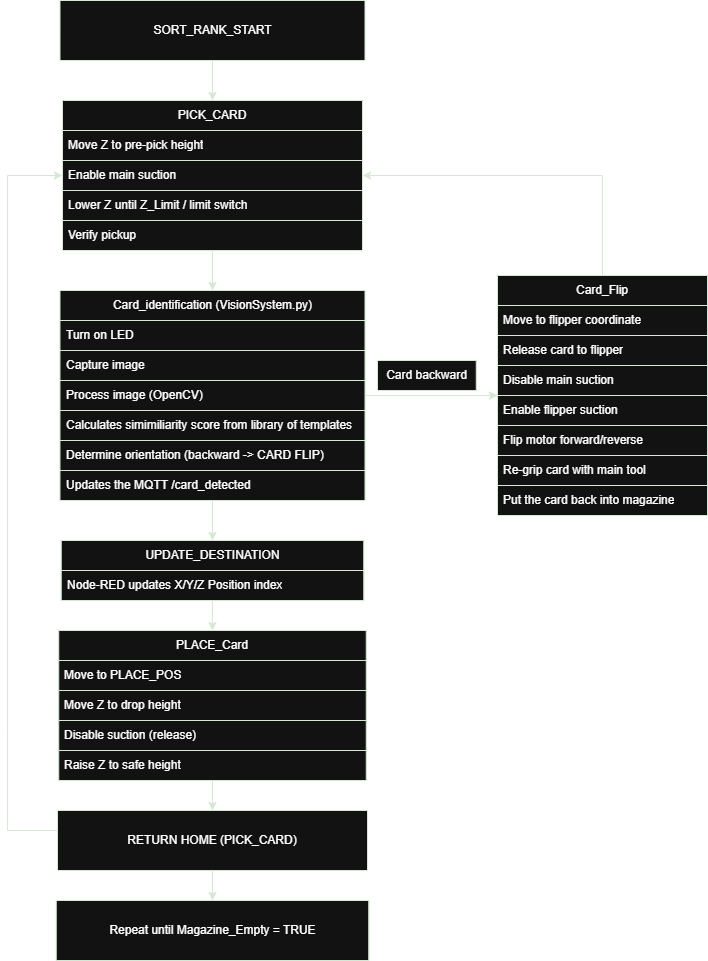
Earlier version of the draw.io export image/sequential_diagram_ranks.png (Finche01/mechatronics-card-sorting-system). Source tidied: cells renumbered, new cells last; positions are measured from the earlier drawing's top-left corner, leaving out a move shared by most shapes.
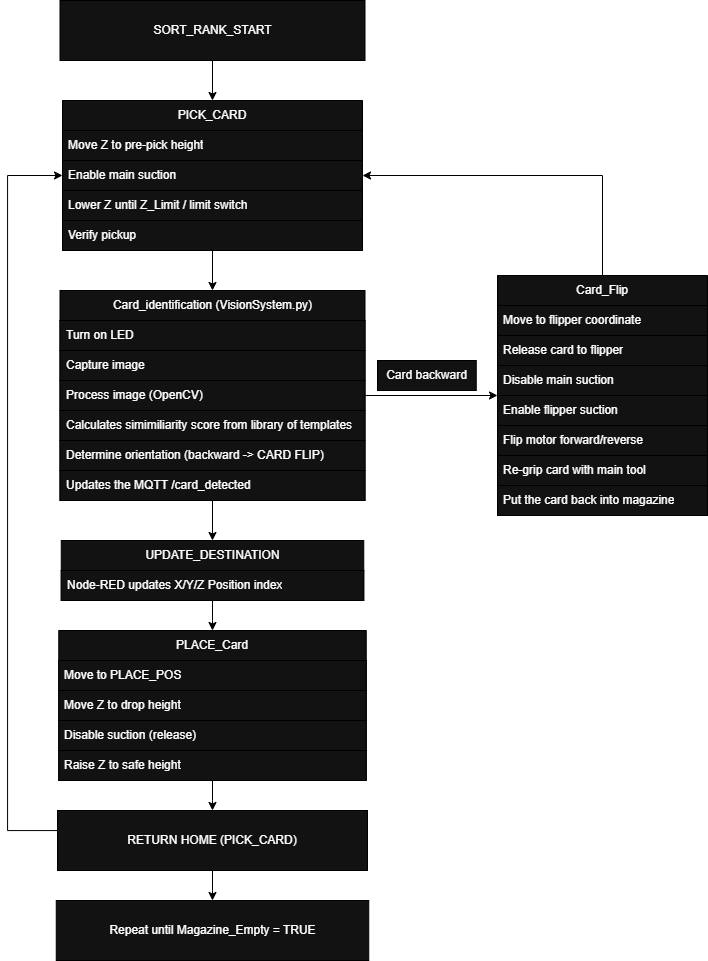
After the commit.

Commit message:
Signed-off-by: Finche01 <j_hyun@outlook.com>

The edit, as a diff of the source:
```diff
@@ -2,100 +2,100 @@
   <root>
     <mxCell id="0" />
     <mxCell id="1" parent="0" />
-    <mxCell id="2" style="edgeStyle=orthogonalEdgeStyle;rounded=0;jettySize=auto;html=1;strokeColor=light-dark(#000000,#D5E8D4);" parent="1" edge="1" source="3" target="20">
+    <mxCell id="2" style="edgeStyle=orthogonalEdgeStyle;rounded=0;jettySize=auto;html=1;strokeColor=light-dark(#000000,#000000);" parent="1" edge="1" source="3" target="20">
       <mxGeometry relative="1" as="geometry" />
     </mxCell>
-    <mxCell id="3" value="PICK_CARD" style="swimlane;fontStyle=0;horizontal=1;startSize=30;whiteSpace=wrap;html=1;strokeColor=light-dark(#000000,#D5E8D4);" parent="1" vertex="1">
+    <mxCell id="3" value="PICK_CARD" style="swimlane;fontStyle=0;horizontal=1;startSize=30;whiteSpace=wrap;html=1;strokeColor=light-dark(#000000,#000000);" parent="1" vertex="1">
       <mxGeometry x="55" y="100" width="300" height="150" as="geometry" />
     </mxCell>
-    <mxCell id="4" value=" Move Z to pre-pick height" style="text;strokeColor=light-dark(#000000,#D5E8D4);fillColor=default;align=left;verticalAlign=middle;spacingLeft=4;spacingRight=4;overflow=hidden;whiteSpace=wrap;html=1;" parent="3" vertex="1">
+    <mxCell id="4" value=" Move Z to pre-pick height" style="text;strokeColor=light-dark(#000000,#000000);fillColor=default;align=left;verticalAlign=middle;spacingLeft=4;spacingRight=4;overflow=hidden;whiteSpace=wrap;html=1;" parent="3" vertex="1">
       <mxGeometry y="30" width="300" height="30" as="geometry" />
     </mxCell>
-    <mxCell id="5" value="Enable main suction" style="text;strokeColor=light-dark(#000000,#D5E8D4);fillColor=default;align=left;verticalAlign=middle;spacingLeft=4;spacingRight=4;overflow=hidden;points=[[0,0.5],[1,0.5]];portConstraint=eastwest;whiteSpace=wrap;html=1;" parent="3" vertex="1">
+    <mxCell id="5" value="Enable main suction" style="text;strokeColor=light-dark(#000000,#000000);fillColor=default;align=left;verticalAlign=middle;spacingLeft=4;spacingRight=4;overflow=hidden;points=[[0,0.5],[1,0.5]];portConstraint=eastwest;whiteSpace=wrap;html=1;" parent="3" vertex="1">
       <mxGeometry y="60" width="300" height="30" as="geometry" />
     </mxCell>
-    <mxCell id="6" value="Lower Z until Z_Limit / limit switch&amp;nbsp;" style="text;strokeColor=light-dark(#000000,#D5E8D4);fillColor=default;align=left;verticalAlign=middle;spacingLeft=4;spacingRight=4;overflow=hidden;whiteSpace=wrap;html=1;" parent="3" vertex="1">
+    <mxCell id="6" value="Lower Z until Z_Limit / limit switch&amp;nbsp;" style="text;strokeColor=light-dark(#000000,#000000);fillColor=default;align=left;verticalAlign=middle;spacingLeft=4;spacingRight=4;overflow=hidden;whiteSpace=wrap;html=1;" parent="3" vertex="1">
       <mxGeometry y="90" width="300" height="30" as="geometry" />
     </mxCell>
-    <mxCell id="7" value="Verify pickup" style="text;strokeColor=light-dark(#000000,#D5E8D4);fillColor=default;align=left;verticalAlign=middle;spacingLeft=4;spacingRight=4;overflow=hidden;whiteSpace=wrap;html=1;" parent="3" vertex="1">
+    <mxCell id="7" value="Verify pickup" style="text;strokeColor=light-dark(#000000,#000000);fillColor=default;align=left;verticalAlign=middle;spacingLeft=4;spacingRight=4;overflow=hidden;whiteSpace=wrap;html=1;" parent="3" vertex="1">
       <mxGeometry y="120" width="300" height="30" as="geometry" />
     </mxCell>
-    <mxCell id="8" style="edgeStyle=orthogonalEdgeStyle;rounded=0;jettySize=auto;html=1;entryX=1;entryY=0.5;entryDx=0;entryDy=0;strokeColor=light-dark(#000000,#D5E8D4);" parent="1" edge="1" source="9" target="5">
+    <mxCell id="8" style="edgeStyle=orthogonalEdgeStyle;rounded=0;jettySize=auto;html=1;entryX=1;entryY=0.5;entryDx=0;entryDy=0;strokeColor=light-dark(#000000,#000000);" parent="1" edge="1" source="9" target="5">
       <mxGeometry relative="1" as="geometry" />
     </mxCell>
-    <mxCell id="9" value="Card_Flip" style="swimlane;fontStyle=0;horizontal=1;startSize=30;whiteSpace=wrap;html=1;strokeColor=light-dark(#000000,#D5E8D4);" parent="1" vertex="1">
+    <mxCell id="9" value="Card_Flip" style="swimlane;fontStyle=0;horizontal=1;startSize=30;whiteSpace=wrap;html=1;strokeColor=light-dark(#000000,#000000);" parent="1" vertex="1">
       <mxGeometry x="490" y="275" width="210" height="240" as="geometry" />
     </mxCell>
-    <mxCell id="10" value="Move to flipper coordinate" style="text;strokeColor=light-dark(#000000,#D5E8D4);fillColor=default;align=left;verticalAlign=middle;spacingLeft=4;spacingRight=4;overflow=hidden;whiteSpace=wrap;html=1;" parent="9" vertex="1">
+    <mxCell id="10" value="Move to flipper coordinate" style="text;strokeColor=light-dark(#000000,#000000);fillColor=default;align=left;verticalAlign=middle;spacingLeft=4;spacingRight=4;overflow=hidden;whiteSpace=wrap;html=1;" parent="9" vertex="1">
       <mxGeometry y="30" width="210" height="30" as="geometry" />
     </mxCell>
-    <mxCell id="11" value="Release card to flipper" style="text;strokeColor=light-dark(#000000,#D5E8D4);fillColor=default;align=left;verticalAlign=middle;spacingLeft=4;spacingRight=4;overflow=hidden;whiteSpace=wrap;html=1;" parent="9" vertex="1">
+    <mxCell id="11" value="Release card to flipper" style="text;strokeColor=light-dark(#000000,#000000);fillColor=default;align=left;verticalAlign=middle;spacingLeft=4;spacingRight=4;overflow=hidden;whiteSpace=wrap;html=1;" parent="9" vertex="1">
       <mxGeometry y="60" width="210" height="30" as="geometry" />
     </mxCell>
-    <mxCell id="12" value="Disable main suction" style="text;strokeColor=light-dark(#000000,#D5E8D4);fillColor=default;align=left;verticalAlign=middle;spacingLeft=4;spacingRight=4;overflow=hidden;whiteSpace=wrap;html=1;" parent="9" vertex="1">
+    <mxCell id="12" value="Disable main suction" style="text;strokeColor=light-dark(#000000,#000000);fillColor=default;align=left;verticalAlign=middle;spacingLeft=4;spacingRight=4;overflow=hidden;whiteSpace=wrap;html=1;" parent="9" vertex="1">
       <mxGeometry y="90" width="210" height="30" as="geometry" />
     </mxCell>
-    <mxCell id="13" value="Enable flipper suction" style="text;strokeColor=light-dark(#000000,#D5E8D4);fillColor=default;align=left;verticalAlign=middle;spacingLeft=4;spacingRight=4;overflow=hidden;whiteSpace=wrap;html=1;" parent="9" vertex="1">
+    <mxCell id="13" value="Enable flipper suction" style="text;strokeColor=light-dark(#000000,#000000);fillColor=default;align=left;verticalAlign=middle;spacingLeft=4;spacingRight=4;overflow=hidden;whiteSpace=wrap;html=1;" parent="9" vertex="1">
       <mxGeometry y="120" width="210" height="30" as="geometry" />
     </mxCell>
-    <mxCell id="14" value="Flip motor forward/reverse" style="text;strokeColor=light-dark(#000000,#D5E8D4);fillColor=default;align=left;verticalAlign=middle;spacingLeft=4;spacingRight=4;overflow=hidden;whiteSpace=wrap;html=1;" parent="9" vertex="1">
+    <mxCell id="14" value="Flip motor forward/reverse" style="text;strokeColor=light-dark(#000000,#000000);fillColor=default;align=left;verticalAlign=middle;spacingLeft=4;spacingRight=4;overflow=hidden;whiteSpace=wrap;html=1;" parent="9" vertex="1">
       <mxGeometry y="150" width="210" height="30" as="geometry" />
     </mxCell>
-    <mxCell id="15" value="Re-grip card with main tool" style="text;strokeColor=light-dark(#000000,#D5E8D4);fillColor=default;align=left;verticalAlign=middle;spacingLeft=4;spacingRight=4;overflow=hidden;whiteSpace=wrap;html=1;" parent="9" vertex="1">
+    <mxCell id="15" value="Re-grip card with main tool" style="text;strokeColor=light-dark(#000000,#000000);fillColor=default;align=left;verticalAlign=middle;spacingLeft=4;spacingRight=4;overflow=hidden;whiteSpace=wrap;html=1;" parent="9" vertex="1">
       <mxGeometry y="180" width="210" height="30" as="geometry" />
     </mxCell>
-    <mxCell id="16" value="Put the card back into magazine" style="text;strokeColor=light-dark(#000000,#D5E8D4);fillColor=default;align=left;verticalAlign=middle;spacingLeft=4;spacingRight=4;overflow=hidden;whiteSpace=wrap;html=1;" parent="9" vertex="1">
+    <mxCell id="16" value="Put the card back into magazine" style="text;strokeColor=light-dark(#000000,#000000);fillColor=default;align=left;verticalAlign=middle;spacingLeft=4;spacingRight=4;overflow=hidden;whiteSpace=wrap;html=1;" parent="9" vertex="1">
       <mxGeometry y="210" width="210" height="30" as="geometry" />
     </mxCell>
-    <mxCell id="17" value="Card backward" style="text;html=1;whiteSpace=wrap;strokeColor=light-dark(#000000,#D5E8D4);fillColor=default;align=center;verticalAlign=middle;rounded=0;" parent="1" vertex="1">
+    <mxCell id="17" value="Card backward" style="text;html=1;whiteSpace=wrap;strokeColor=light-dark(#000000,#000000);fillColor=default;align=center;verticalAlign=middle;rounded=0;" parent="1" vertex="1">
       <mxGeometry x="370" y="360" width="98.8" height="30" as="geometry" />
     </mxCell>
-    <mxCell id="18" style="edgeStyle=orthogonalEdgeStyle;rounded=0;jettySize=auto;html=1;strokeColor=light-dark(#000000,#D5E8D4);" parent="1" edge="1" source="20" target="9">
+    <mxCell id="18" style="edgeStyle=orthogonalEdgeStyle;rounded=0;jettySize=auto;html=1;strokeColor=light-dark(#000000,#000000);" parent="1" edge="1" source="20" target="9">
       <mxGeometry relative="1" as="geometry" />
     </mxCell>
-    <mxCell id="19" style="edgeStyle=orthogonalEdgeStyle;rounded=0;jettySize=auto;html=1;entryX=0.5;entryY=0;entryDx=0;entryDy=0;strokeColor=light-dark(#000000,#D5E8D4);" parent="1" edge="1" source="20" target="39">
+    <mxCell id="19" style="edgeStyle=orthogonalEdgeStyle;rounded=0;jettySize=auto;html=1;entryX=0.5;entryY=0;entryDx=0;entryDy=0;strokeColor=light-dark(#000000,#000000);" parent="1" edge="1" source="20" target="39">
       <mxGeometry relative="1" as="geometry" />
     </mxCell>
-    <mxCell id="20" value="Card_identification (VisionSystem.py)" style="swimlane;fontStyle=0;horizontal=1;startSize=30;whiteSpace=wrap;html=1;strokeColor=light-dark(#000000,#D5E8D4);" parent="1" vertex="1">
+    <mxCell id="20" value="Card_identification (VisionSystem.py)" style="swimlane;fontStyle=0;horizontal=1;startSize=30;whiteSpace=wrap;html=1;strokeColor=light-dark(#000000,#000000);" parent="1" vertex="1">
       <mxGeometry x="52.5" y="290" width="305" height="210" as="geometry" />
     </mxCell>
-    <mxCell id="21" value="Turn on LED" style="text;strokeColor=light-dark(#000000,#D5E8D4);fillColor=default;align=left;verticalAlign=middle;spacingLeft=4;spacingRight=4;overflow=hidden;whiteSpace=wrap;html=1;" parent="20" vertex="1">
+    <mxCell id="21" value="Turn on LED" style="text;strokeColor=light-dark(#000000,#000000);fillColor=default;align=left;verticalAlign=middle;spacingLeft=4;spacingRight=4;overflow=hidden;whiteSpace=wrap;html=1;" parent="20" vertex="1">
       <mxGeometry y="30" width="305" height="30" as="geometry" />
     </mxCell>
-    <mxCell id="22" value="Capture image" style="text;strokeColor=light-dark(#000000,#D5E8D4);fillColor=default;align=left;verticalAlign=middle;spacingLeft=4;spacingRight=4;overflow=hidden;whiteSpace=wrap;html=1;" parent="20" vertex="1">
+    <mxCell id="22" value="Capture image" style="text;strokeColor=light-dark(#000000,#000000);fillColor=default;align=left;verticalAlign=middle;spacingLeft=4;spacingRight=4;overflow=hidden;whiteSpace=wrap;html=1;" parent="20" vertex="1">
       <mxGeometry y="60" width="305" height="30" as="geometry" />
     </mxCell>
-    <mxCell id="23" value="Process image (OpenCV)" style="text;strokeColor=light-dark(#000000,#D5E8D4);fillColor=default;align=left;verticalAlign=middle;spacingLeft=4;spacingRight=4;overflow=hidden;whiteSpace=wrap;html=1;" parent="20" vertex="1">
+    <mxCell id="23" value="Process image (OpenCV)" style="text;strokeColor=light-dark(#000000,#000000);fillColor=default;align=left;verticalAlign=middle;spacingLeft=4;spacingRight=4;overflow=hidden;whiteSpace=wrap;html=1;" parent="20" vertex="1">
       <mxGeometry y="90" width="305" height="30" as="geometry" />
     </mxCell>
-    <mxCell id="24" value="Calculates simimiliarity score from library of templates" style="text;strokeColor=light-dark(#000000,#D5E8D4);fillColor=default;align=left;verticalAlign=middle;spacingLeft=4;spacingRight=4;overflow=hidden;whiteSpace=wrap;html=1;" parent="20" vertex="1">
+    <mxCell id="24" value="Calculates simimiliarity score from library of templates" style="text;strokeColor=light-dark(#000000,#000000);fillColor=default;align=left;verticalAlign=middle;spacingLeft=4;spacingRight=4;overflow=hidden;whiteSpace=wrap;html=1;" parent="20" vertex="1">
       <mxGeometry y="120" width="305" height="30" as="geometry" />
     </mxCell>
-    <mxCell id="25" value="Determine orientation (backward -&amp;gt; CARD FLIP)" style="text;strokeColor=light-dark(#000000,#D5E8D4);fillColor=default;align=left;verticalAlign=middle;spacingLeft=4;spacingRight=4;overflow=hidden;whiteSpace=wrap;html=1;" parent="20" vertex="1">
+    <mxCell id="25" value="Determine orientation (backward -&amp;gt; CARD FLIP)" style="text;strokeColor=light-dark(#000000,#000000);fillColor=default;align=left;verticalAlign=middle;spacingLeft=4;spacingRight=4;overflow=hidden;whiteSpace=wrap;html=1;" parent="20" vertex="1">
       <mxGeometry y="150" width="305" height="30" as="geometry" />
     </mxCell>
-    <mxCell id="26" value="Updates the MQTT /card_detected" style="text;strokeColor=light-dark(#000000,#D5E8D4);fillColor=default;align=left;verticalAlign=middle;spacingLeft=4;spacingRight=4;overflow=hidden;whiteSpace=wrap;html=1;" parent="20" vertex="1">
+    <mxCell id="26" value="Updates the MQTT /card_detected" style="text;strokeColor=light-dark(#000000,#000000);fillColor=default;align=left;verticalAlign=middle;spacingLeft=4;spacingRight=4;overflow=hidden;whiteSpace=wrap;html=1;" parent="20" vertex="1">
       <mxGeometry y="180" width="305" height="30" as="geometry" />
     </mxCell>
-    <mxCell id="27" style="edgeStyle=orthogonalEdgeStyle;rounded=0;jettySize=auto;html=1;strokeColor=light-dark(#000000,#D5E8D4);" parent="1" edge="1" source="28" target="35">
+    <mxCell id="27" style="edgeStyle=orthogonalEdgeStyle;rounded=0;jettySize=auto;html=1;strokeColor=light-dark(#000000,#000000);" parent="1" edge="1" source="28" target="35">
       <mxGeometry relative="1" as="geometry" />
     </mxCell>
-    <mxCell id="28" value="PLACE_Card" style="swimlane;fontStyle=0;horizontal=1;startSize=30;whiteSpace=wrap;html=1;strokeColor=light-dark(#000000,#D5E8D4);" parent="1" vertex="1">
+    <mxCell id="28" value="PLACE_Card" style="swimlane;fontStyle=0;horizontal=1;startSize=30;whiteSpace=wrap;html=1;strokeColor=light-dark(#000000,#000000);" parent="1" vertex="1">
       <mxGeometry x="51.2" y="630" width="307.5" height="150" as="geometry" />
     </mxCell>
-    <mxCell id="29" value="Move to PLACE_POS" style="text;strokeColor=light-dark(#000000,#D5E8D4);fillColor=default;align=left;verticalAlign=middle;spacingLeft=4;spacingRight=4;overflow=hidden;whiteSpace=wrap;html=1;" parent="28" vertex="1">
+    <mxCell id="29" value="Move to PLACE_POS" style="text;strokeColor=light-dark(#000000,#000000);fillColor=default;align=left;verticalAlign=middle;spacingLeft=4;spacingRight=4;overflow=hidden;whiteSpace=wrap;html=1;" parent="28" vertex="1">
       <mxGeometry y="30" width="307.5" height="30" as="geometry" />
     </mxCell>
-    <mxCell id="30" value="Move Z to drop height" style="text;strokeColor=light-dark(#000000,#D5E8D4);fillColor=default;align=left;verticalAlign=middle;spacingLeft=4;spacingRight=4;overflow=hidden;whiteSpace=wrap;html=1;" parent="28" vertex="1">
+    <mxCell id="30" value="Move Z to drop height" style="text;strokeColor=light-dark(#000000,#000000);fillColor=default;align=left;verticalAlign=middle;spacingLeft=4;spacingRight=4;overflow=hidden;whiteSpace=wrap;html=1;" parent="28" vertex="1">
       <mxGeometry y="60" width="307.5" height="30" as="geometry" />
     </mxCell>
-    <mxCell id="31" value=" Disable suction (release)" style="text;strokeColor=light-dark(#000000,#D5E8D4);fillColor=default;align=left;verticalAlign=middle;spacingLeft=4;spacingRight=4;overflow=hidden;whiteSpace=wrap;html=1;" parent="28" vertex="1">
+    <mxCell id="31" value=" Disable suction (release)" style="text;strokeColor=light-dark(#000000,#000000);fillColor=default;align=left;verticalAlign=middle;spacingLeft=4;spacingRight=4;overflow=hidden;whiteSpace=wrap;html=1;" parent="28" vertex="1">
       <mxGeometry y="90" width="307.5" height="30" as="geometry" />
     </mxCell>
-    <mxCell id="32" value="Raise Z to safe height" style="text;strokeColor=light-dark(#000000,#D5E8D4);fillColor=default;align=left;verticalAlign=middle;spacingLeft=4;spacingRight=4;overflow=hidden;whiteSpace=wrap;html=1;" parent="28" vertex="1">
+    <mxCell id="32" value="Raise Z to safe height" style="text;strokeColor=light-dark(#000000,#000000);fillColor=default;align=left;verticalAlign=middle;spacingLeft=4;spacingRight=4;overflow=hidden;whiteSpace=wrap;html=1;" parent="28" vertex="1">
       <mxGeometry y="120" width="307.5" height="30" as="geometry" />
     </mxCell>
-    <mxCell id="33" style="edgeStyle=orthogonalEdgeStyle;rounded=0;jettySize=auto;html=1;entryX=0;entryY=0.5;entryDx=0;entryDy=0;strokeColor=light-dark(#000000,#D5E8D4);" parent="1" edge="1" source="35" target="5">
+    <mxCell id="33" style="edgeStyle=orthogonalEdgeStyle;rounded=0;jettySize=auto;html=1;entryX=0;entryY=0.5;entryDx=0;entryDy=0;strokeColor=light-dark(#000000,#000000);" parent="1" edge="1" source="35" target="5">
       <mxGeometry relative="1" as="geometry">
         <Array as="points">
           <mxPoint y="830" />
@@ -103,28 +103,28 @@
         </Array>
       </mxGeometry>
     </mxCell>
-    <mxCell id="34" style="edgeStyle=orthogonalEdgeStyle;rounded=0;jettySize=auto;html=1;strokeColor=light-dark(#000000,#D5E8D4);" parent="1" edge="1" source="35" target="41">
+    <mxCell id="34" style="edgeStyle=orthogonalEdgeStyle;rounded=0;jettySize=auto;html=1;strokeColor=light-dark(#000000,#000000);" parent="1" edge="1" source="35" target="41">
       <mxGeometry relative="1" as="geometry" />
     </mxCell>
-    <mxCell id="35" value="&lt;div&gt;RETURN HOME (PICK_CARD)&lt;/div&gt;" style="rounded=0;whiteSpace=wrap;html=1;strokeColor=light-dark(#000000,#D5E8D4);" parent="1" vertex="1">
+    <mxCell id="35" value="&lt;div&gt;RETURN HOME (PICK_CARD)&lt;/div&gt;" style="rounded=0;whiteSpace=wrap;html=1;strokeColor=light-dark(#000000,#000000);" parent="1" vertex="1">
       <mxGeometry x="50" y="810" width="310" height="60" as="geometry" />
     </mxCell>
-    <mxCell id="36" style="edgeStyle=orthogonalEdgeStyle;rounded=0;jettySize=auto;html=1;strokeColor=light-dark(#000000,#D5E8D4);" parent="1" edge="1" source="37" target="3">
+    <mxCell id="36" style="edgeStyle=orthogonalEdgeStyle;rounded=0;jettySize=auto;html=1;strokeColor=light-dark(#000000,#000000);" parent="1" edge="1" source="37" target="3">
       <mxGeometry relative="1" as="geometry" />
     </mxCell>
-    <mxCell id="37" value="SORT_RANK_START" style="rounded=0;whiteSpace=wrap;html=1;strokeColor=light-dark(#000000,#D5E8D4);" parent="1" vertex="1">
+    <mxCell id="37" value="SORT_RANK_START" style="rounded=0;whiteSpace=wrap;html=1;strokeColor=light-dark(#000000,#000000);" parent="1" vertex="1">
       <mxGeometry x="52.5" width="305" height="60" as="geometry" />
     </mxCell>
-    <mxCell id="38" style="edgeStyle=orthogonalEdgeStyle;rounded=0;jettySize=auto;html=1;entryX=0.5;entryY=0;entryDx=0;entryDy=0;strokeColor=light-dark(#000000,#D5E8D4);" parent="1" edge="1" source="39" target="28">
+    <mxCell id="38" style="edgeStyle=orthogonalEdgeStyle;rounded=0;jettySize=auto;html=1;entryX=0.5;entryY=0;entryDx=0;entryDy=0;strokeColor=light-dark(#000000,#000000);" parent="1" edge="1" source="39" target="28">
       <mxGeometry relative="1" as="geometry" />
     </mxCell>
-    <mxCell id="39" value="UPDATE_DESTINATION" style="swimlane;fontStyle=0;horizontal=1;startSize=30;whiteSpace=wrap;html=1;strokeColor=light-dark(#000000,#D5E8D4);" parent="1" vertex="1">
+    <mxCell id="39" value="UPDATE_DESTINATION" style="swimlane;fontStyle=0;horizontal=1;startSize=30;whiteSpace=wrap;html=1;strokeColor=light-dark(#000000,#000000);" parent="1" vertex="1">
       <mxGeometry x="53.8" y="540" width="302.5" height="60" as="geometry" />
     </mxCell>
-    <mxCell id="40" value="Node-RED updates X/Y/Z Position index" style="text;strokeColor=light-dark(#000000,#D5E8D4);fillColor=default;align=left;verticalAlign=middle;spacingLeft=4;spacingRight=4;overflow=hidden;whiteSpace=wrap;html=1;" parent="39" vertex="1">
+    <mxCell id="40" value="Node-RED updates X/Y/Z Position index" style="text;strokeColor=light-dark(#000000,#000000);fillColor=default;align=left;verticalAlign=middle;spacingLeft=4;spacingRight=4;overflow=hidden;whiteSpace=wrap;html=1;" parent="39" vertex="1">
       <mxGeometry y="30" width="302.5" height="30" as="geometry" />
     </mxCell>
-    <mxCell id="41" value="Repeat until Magazine_Empty = TRUE" style="rounded=0;whiteSpace=wrap;html=1;strokeColor=light-dark(#000000,#D5E8D4);" parent="1" vertex="1">
+    <mxCell id="41" value="Repeat until Magazine_Empty = TRUE" style="rounded=0;whiteSpace=wrap;html=1;strokeColor=light-dark(#000000,#000000);" parent="1" vertex="1">
       <mxGeometry x="48.8" y="900" width="312.5" height="60" as="geometry" />
     </mxCell>
   </root>
```
